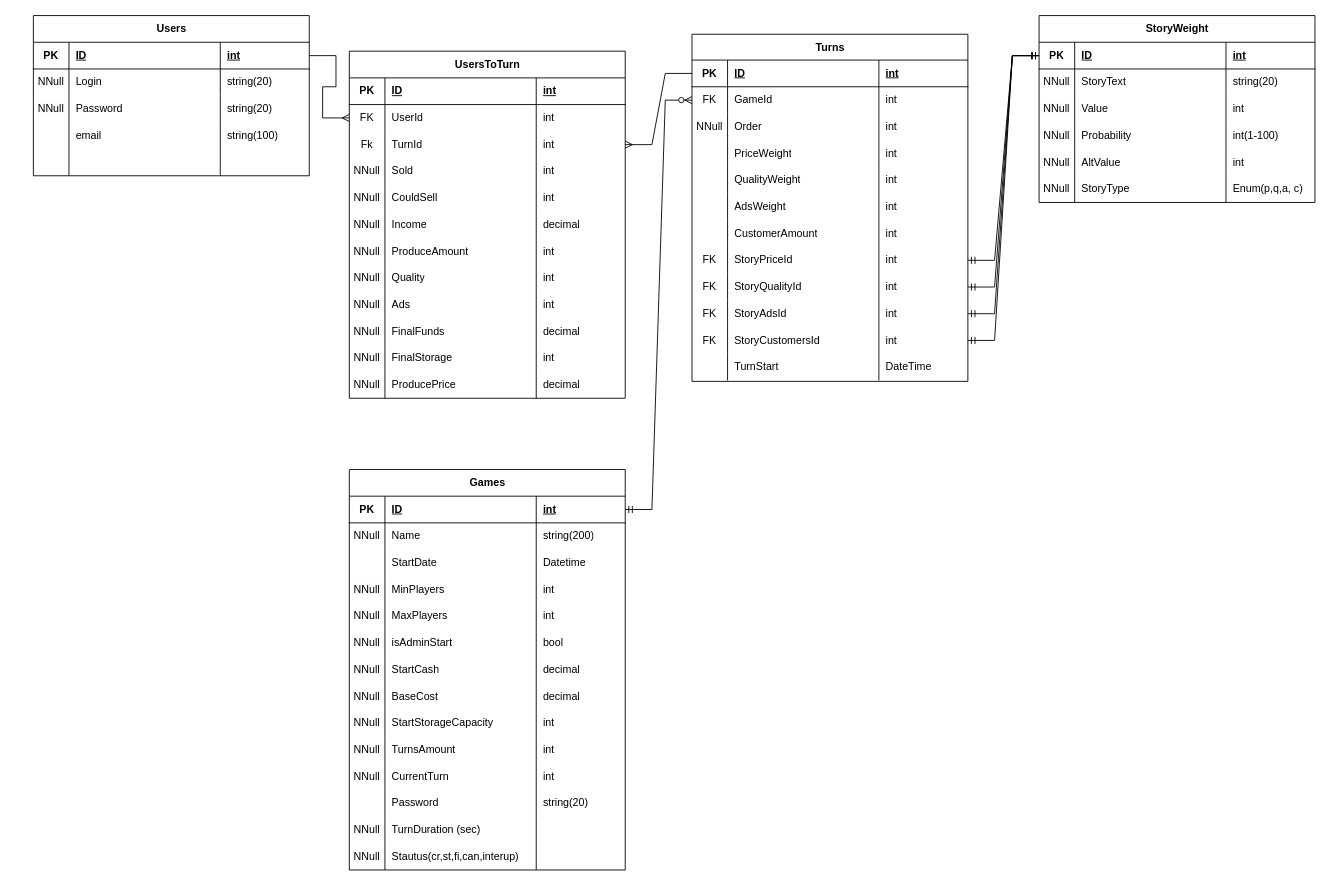
The draw.io diagram ERDTravellingB.drawio in ligertgit/sdudy, before the edit. Source tidied: cells renumbered, new cells numbered last; positions are measured from the earlier drawing's top-left corner, leaving out a move shared by most shapes. Both pictures are drawn from the tidied source at 89%, with x=0, y=0 at pixel (33, 15).
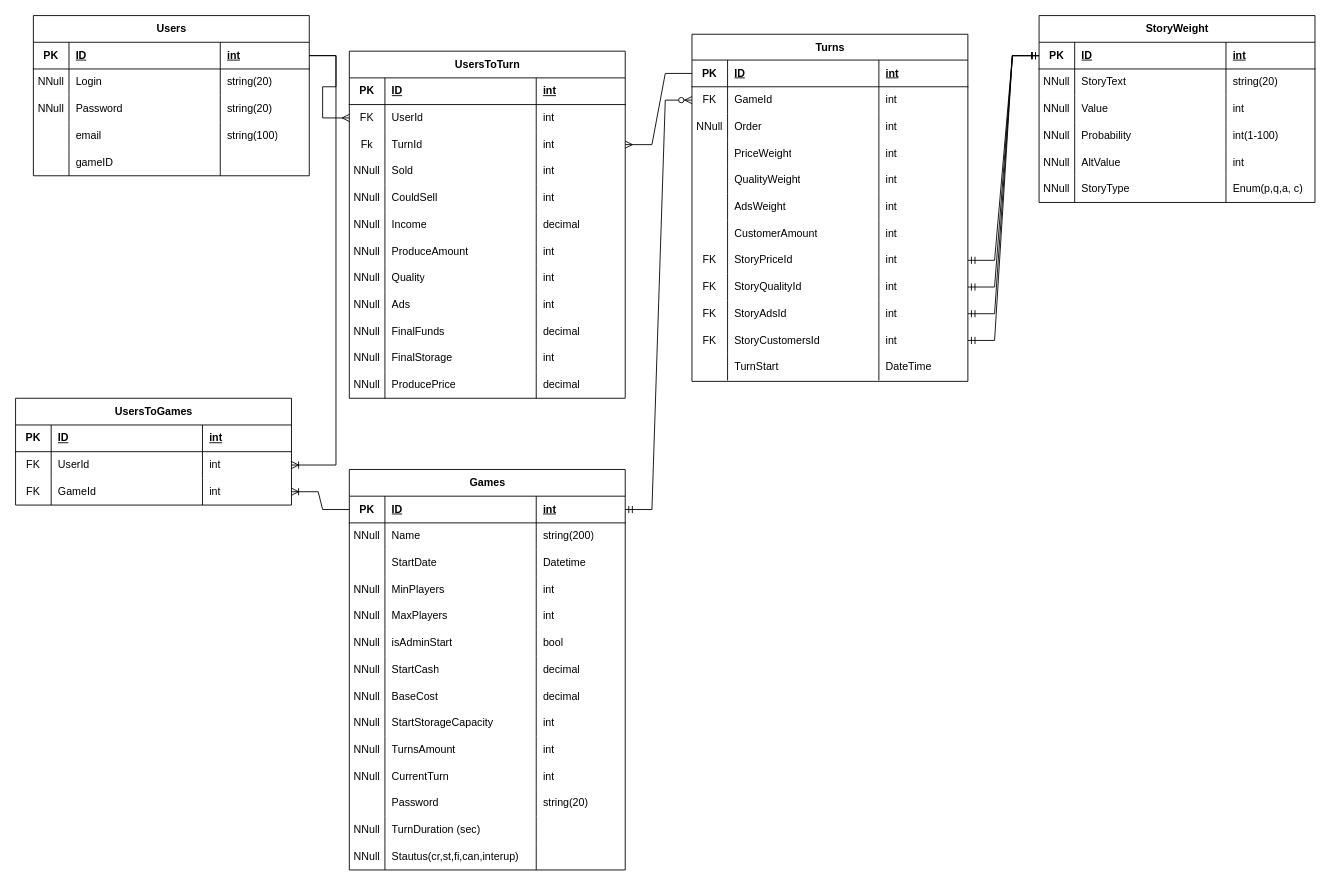
The same diagram, later.

The change refers to these unchanged cells:
```xml
<mxCell id="3" style="shape=tableRow;horizontal=0;startSize=0;swimlaneHead=0;swimlaneBody=0;fillColor=none;points=[[0,0.5],[1,0.5]];portConstraint=eastwest;top=0;left=0;right=0;bottom=1;" parent="2" vertex="1">
  <mxGeometry y="30" width="310" height="30" as="geometry" />
</mxCell>
<mxCell id="19" style="shape=tableRow;horizontal=0;startSize=0;swimlaneHead=0;swimlaneBody=0;fillColor=none;top=0;left=0;right=0;bottom=0;" parent="2" vertex="1">
  <mxGeometry y="150" width="310" height="30" as="geometry" />
</mxCell>
<mxCell id="24" style="shape=tableRow;horizontal=0;startSize=0;swimlaneHead=0;swimlaneBody=0;fillColor=none;points=[[0,0.5],[1,0.5]];portConstraint=eastwest;top=0;left=0;right=0;bottom=1;" parent="23" vertex="1">
  <mxGeometry y="30" width="310" height="30" as="geometry" />
</mxCell>
```

The edit, as a diff of the source:
```diff
@@
-    <mxCell id="21" style="shape=partialRectangle;fillColor=none;top=0;left=0;bottom=0;right=0;align=left;spacingLeft=6;overflow=hidden;whiteSpace=wrap;html=1;" parent="19" vertex="1">
+    <mxCell id="21" value="gameID" style="shape=partialRectangle;fillColor=none;top=0;left=0;bottom=0;right=0;align=left;spacingLeft=6;overflow=hidden;whiteSpace=wrap;html=1;" parent="19" vertex="1">
       <mxGeometry x="40" width="170" height="30" as="geometry" />
     </mxCell>
@@
+    <mxCell id="210" value="UsersToGames" style="shape=table;startSize=30;childLayout=tableLayout;rowLines=0;fontStyle=1;align=center;html=1;" parent="1" vertex="1">
+      <mxGeometry x="-20" y="430" width="310" height="120" as="geometry" />
+    </mxCell>
+    <mxCell id="211" style="shape=tableRow;horizontal=0;startSize=0;swimlaneHead=0;swimlaneBody=0;fillColor=none;top=0;left=0;right=0;bottom=1;" parent="210" vertex="1">
+      <mxGeometry y="30" width="310" height="30" as="geometry" />
+    </mxCell>
+    <mxCell id="212" value="PK" style="shape=partialRectangle;fillColor=none;top=0;left=0;bottom=0;right=0;fontStyle=1;overflow=hidden;whiteSpace=wrap;html=1;" parent="211" vertex="1">
+      <mxGeometry width="40" height="30" as="geometry" />
+    </mxCell>
+    <mxCell id="213" value="ID" style="shape=partialRectangle;fillColor=none;top=0;left=0;bottom=0;right=0;align=left;spacingLeft=6;fontStyle=5;overflow=hidden;whiteSpace=wrap;html=1;" parent="211" vertex="1">
+      <mxGeometry x="40" width="170" height="30" as="geometry" />
+    </mxCell>
+    <mxCell id="214" value="int" style="shape=partialRectangle;fillColor=none;top=0;left=0;bottom=0;right=0;align=left;spacingLeft=6;fontStyle=5;overflow=hidden;whiteSpace=wrap;html=1;" parent="211" vertex="1">
+      <mxGeometry x="210" width="100" height="30" as="geometry" />
+    </mxCell>
+    <mxCell id="215" style="shape=tableRow;horizontal=0;startSize=0;swimlaneHead=0;swimlaneBody=0;fillColor=none;points=[[0,0.5],[1,0.5]];portConstraint=eastwest;top=0;left=0;right=0;bottom=0;" parent="210" vertex="1">
+      <mxGeometry y="60" width="310" height="30" as="geometry" />
+    </mxCell>
+    <mxCell id="216" value="FK" style="shape=partialRectangle;fillColor=none;top=0;left=0;bottom=0;right=0;overflow=hidden;whiteSpace=wrap;html=1;" parent="215" vertex="1">
+      <mxGeometry width="40" height="30" as="geometry" />
+    </mxCell>
+    <mxCell id="217" value="UserId" style="shape=partialRectangle;fillColor=none;top=0;left=0;bottom=0;right=0;align=left;spacingLeft=6;overflow=hidden;whiteSpace=wrap;html=1;" parent="215" vertex="1">
+      <mxGeometry x="40" width="170" height="30" as="geometry" />
+    </mxCell>
+    <mxCell id="218" value="int" style="shape=partialRectangle;fillColor=none;top=0;left=0;bottom=0;right=0;align=left;spacingLeft=6;overflow=hidden;whiteSpace=wrap;html=1;" parent="215" vertex="1">
+      <mxGeometry x="210" width="100" height="30" as="geometry" />
+    </mxCell>
+    <mxCell id="219" style="shape=tableRow;horizontal=0;startSize=0;swimlaneHead=0;swimlaneBody=0;fillColor=none;points=[[0,0.5],[1,0.5]];portConstraint=eastwest;top=0;left=0;right=0;bottom=0;" parent="210" vertex="1">
+      <mxGeometry y="90" width="310" height="30" as="geometry" />
+    </mxCell>
+    <mxCell id="220" value="&lt;span style=&quot;color: rgb(0, 0, 0); font-family: Helvetica; font-size: 12px; font-style: normal; font-variant-ligatures: normal; font-variant-caps: normal; font-weight: 400; letter-spacing: normal; orphans: 2; text-align: center; text-indent: 0px; text-transform: none; widows: 2; word-spacing: 0px; -webkit-text-stroke-width: 0px; background-color: rgb(251, 251, 251); text-decoration-thickness: initial; text-decoration-style: initial; text-decoration-color: initial; float: none; display: inline !important;&quot;&gt;FK&lt;/span&gt;" style="shape=partialRectangle;fillColor=none;top=0;left=0;bottom=0;right=0;overflow=hidden;whiteSpace=wrap;html=1;" parent="219" vertex="1">
+      <mxGeometry width="40" height="30" as="geometry" />
+    </mxCell>
+    <mxCell id="221" value="GameId" style="shape=partialRectangle;fillColor=none;top=0;left=0;bottom=0;right=0;align=left;spacingLeft=6;overflow=hidden;whiteSpace=wrap;html=1;" parent="219" vertex="1">
+      <mxGeometry x="40" width="170" height="30" as="geometry" />
+    </mxCell>
+    <mxCell id="222" value="int" style="shape=partialRectangle;fillColor=none;top=0;left=0;bottom=0;right=0;align=left;spacingLeft=6;overflow=hidden;whiteSpace=wrap;html=1;" parent="219" vertex="1">
+      <mxGeometry x="210" width="100" height="30" as="geometry" />
+    </mxCell>
+    <mxCell id="223" style="edgeStyle=entityRelationEdgeStyle;fontSize=12;html=1;endArrow=ERoneToMany;rounded=0;" parent="1" edge="1" source="3" target="215">
+      <mxGeometry relative="1" as="geometry" />
+    </mxCell>
+    <mxCell id="224" style="edgeStyle=entityRelationEdgeStyle;fontSize=12;html=1;endArrow=ERoneToMany;rounded=0;" parent="1" edge="1" source="24" target="219">
+      <mxGeometry relative="1" as="geometry" />
+    </mxCell>
```
